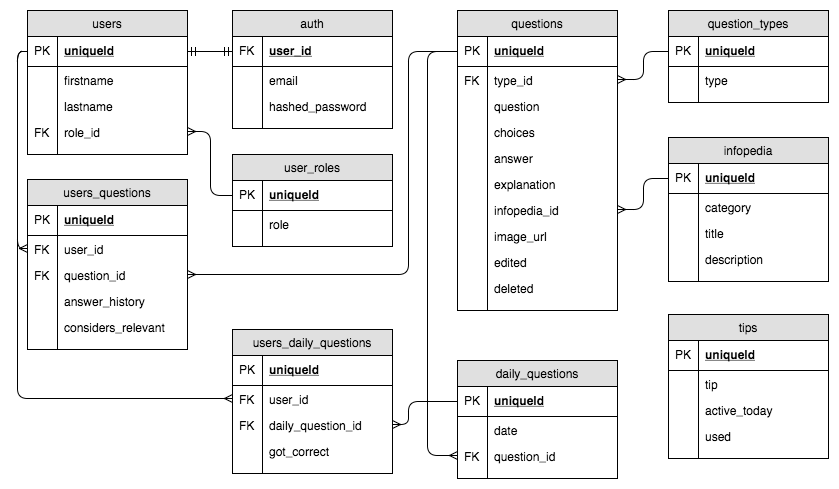
This is db/quoi-erd.png from KevinUSCU/quoi-server, a draw.io export, as it was before one commit. Source tidied: cells renumbered, new cells last; positions are measured from the earlier drawing's top-left corner, leaving out a move shared by most shapes.
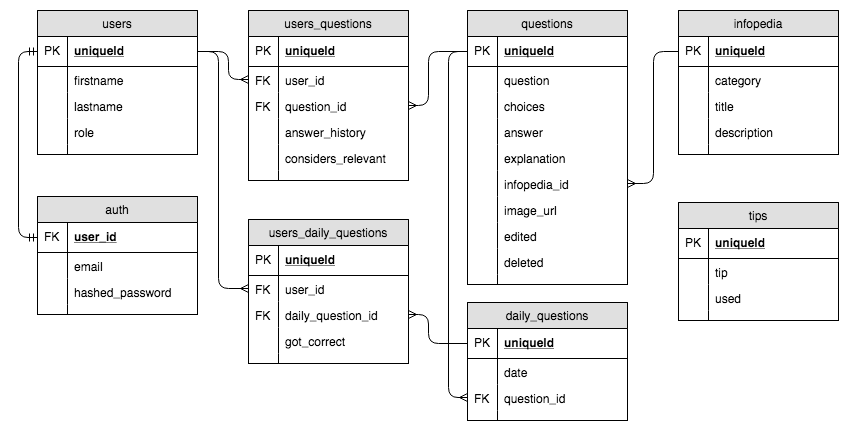
Above is the later version.

The edit, as a diff of the source:
```diff
@@ -25,6 +25,6 @@
     </mxCell>
-    <mxCell id="9" value="role_id" style="shape=partialRectangle;top=0;left=0;right=0;bottom=0;align=left;verticalAlign=top;fillColor=none;spacingLeft=34;spacingRight=4;overflow=hidden;points=[[0,0.5],[1,0.5]];portConstraint=eastwest;" parent="2" vertex="1">
+    <mxCell id="9" value="role" style="shape=partialRectangle;top=0;left=0;right=0;bottom=0;align=left;verticalAlign=top;fillColor=none;spacingLeft=34;spacingRight=4;overflow=hidden;points=[[0,0.5],[1,0.5]];portConstraint=eastwest;" parent="2" vertex="1">
       <mxGeometry y="108" width="160" height="26" as="geometry" />
     </mxCell>
-    <mxCell id="10" value="FK" style="shape=partialRectangle;top=0;left=0;bottom=0;fillColor=none;align=left;verticalAlign=top;spacingLeft=4;spacingRight=4;overflow=hidden;" parent="9" vertex="1">
+    <mxCell id="10" style="shape=partialRectangle;top=0;left=0;bottom=0;fillColor=none;align=left;verticalAlign=top;spacingLeft=4;spacingRight=4;overflow=hidden;" parent="9" vertex="1">
       <mxGeometry width="30" height="26" as="geometry" />
@@ -37,31 +37,4 @@
     </mxCell>
-    <mxCell id="13" value="auth" style="swimlane;fontStyle=0;horizontal=1;startSize=26;fillColor=#e0e0e0;swimlaneFillColor=#ffffff;align=center;" parent="1" vertex="1">
-      <mxGeometry x="205" width="160" height="118" as="geometry" />
-    </mxCell>
-    <mxCell id="14" value="user_id" style="shape=partialRectangle;top=0;left=0;right=0;bottom=1;align=left;verticalAlign=middle;fillColor=none;spacingLeft=34;spacingRight=4;overflow=hidden;points=[[0,0.5],[1,0.5]];portConstraint=eastwest;fontStyle=5;" parent="13" vertex="1">
-      <mxGeometry y="26" width="160" height="30" as="geometry" />
-    </mxCell>
-    <mxCell id="15" value="FK" style="shape=partialRectangle;top=0;left=0;bottom=0;fillColor=none;align=left;verticalAlign=middle;spacingLeft=4;spacingRight=4;overflow=hidden;" parent="14" vertex="1">
-      <mxGeometry width="30" height="30" as="geometry" />
-    </mxCell>
-    <mxCell id="16" value="email" style="shape=partialRectangle;top=0;left=0;right=0;bottom=0;align=left;verticalAlign=top;fillColor=none;spacingLeft=34;spacingRight=4;overflow=hidden;" parent="13" vertex="1">
-      <mxGeometry y="56" width="160" height="26" as="geometry" />
-    </mxCell>
-    <mxCell id="17" style="shape=partialRectangle;top=0;left=0;bottom=0;fillColor=none;align=left;verticalAlign=top;spacingLeft=4;spacingRight=4;overflow=hidden;" parent="16" vertex="1">
-      <mxGeometry width="30" height="26" as="geometry" />
-    </mxCell>
-    <mxCell id="18" value="hashed_password" style="shape=partialRectangle;top=0;left=0;right=0;bottom=0;align=left;verticalAlign=top;fillColor=none;spacingLeft=34;spacingRight=4;overflow=hidden;" parent="13" vertex="1">
-      <mxGeometry y="82" width="160" height="26" as="geometry" />
-    </mxCell>
-    <mxCell id="19" style="shape=partialRectangle;top=0;left=0;bottom=0;fillColor=none;align=left;verticalAlign=top;spacingLeft=4;spacingRight=4;overflow=hidden;" parent="18" vertex="1">
-      <mxGeometry width="30" height="26" as="geometry" />
-    </mxCell>
-    <mxCell id="20" style="shape=partialRectangle;top=0;left=0;right=0;bottom=0;align=left;verticalAlign=top;fillColor=none;spacingLeft=34;spacingRight=4;overflow=hidden;" parent="13" vertex="1">
-      <mxGeometry y="108" width="160" height="10" as="geometry" />
-    </mxCell>
-    <mxCell id="21" style="shape=partialRectangle;top=0;left=0;bottom=0;fillColor=none;align=left;verticalAlign=top;spacingLeft=4;spacingRight=4;overflow=hidden;" parent="20" vertex="1">
-      <mxGeometry width="30" height="10" as="geometry" />
-    </mxCell>
     <mxCell id="22" value="questions" style="swimlane;fontStyle=0;horizontal=1;startSize=26;fillColor=#e0e0e0;swimlaneFillColor=#ffffff;align=center;" parent="1" vertex="1">
-      <mxGeometry x="430" width="160" height="300" as="geometry" />
+      <mxGeometry x="430" width="160" height="274" as="geometry" />
     </mxCell>
@@ -73,10 +46,4 @@
     </mxCell>
-    <mxCell id="25" value="type_id" style="shape=partialRectangle;top=0;left=0;right=0;bottom=0;align=left;verticalAlign=top;fillColor=none;spacingLeft=34;spacingRight=4;overflow=hidden;points=[[0,0.5],[1,0.5]];portConstraint=eastwest;" parent="22" vertex="1">
-      <mxGeometry y="56" width="160" height="26" as="geometry" />
-    </mxCell>
-    <mxCell id="26" value="FK" style="shape=partialRectangle;top=0;left=0;bottom=0;fillColor=none;align=left;verticalAlign=top;spacingLeft=4;spacingRight=4;overflow=hidden;" parent="25" vertex="1">
-      <mxGeometry width="30" height="26" as="geometry" />
-    </mxCell>
     <mxCell id="27" value="question" style="shape=partialRectangle;top=0;left=0;right=0;bottom=0;align=left;verticalAlign=top;fillColor=none;spacingLeft=34;spacingRight=4;overflow=hidden;" parent="22" vertex="1">
-      <mxGeometry y="82" width="160" height="26" as="geometry" />
+      <mxGeometry y="56" width="160" height="26" as="geometry" />
     </mxCell>
@@ -86,3 +53,3 @@
     <mxCell id="29" value="choices" style="shape=partialRectangle;top=0;left=0;right=0;bottom=0;align=left;verticalAlign=top;fillColor=none;spacingLeft=34;spacingRight=4;overflow=hidden;" parent="22" vertex="1">
-      <mxGeometry y="108" width="160" height="26" as="geometry" />
+      <mxGeometry y="82" width="160" height="26" as="geometry" />
     </mxCell>
@@ -92,3 +59,3 @@
     <mxCell id="31" value="answer" style="shape=partialRectangle;top=0;left=0;right=0;bottom=0;align=left;verticalAlign=top;fillColor=none;spacingLeft=34;spacingRight=4;overflow=hidden;" parent="22" vertex="1">
-      <mxGeometry y="134" width="160" height="26" as="geometry" />
+      <mxGeometry y="108" width="160" height="26" as="geometry" />
     </mxCell>
@@ -98,3 +65,3 @@
     <mxCell id="33" value="explanation" style="shape=partialRectangle;top=0;left=0;right=0;bottom=0;align=left;verticalAlign=top;fillColor=none;spacingLeft=34;spacingRight=4;overflow=hidden;" parent="22" vertex="1">
-      <mxGeometry y="160" width="160" height="26" as="geometry" />
+      <mxGeometry y="134" width="160" height="26" as="geometry" />
     </mxCell>
@@ -104,3 +71,3 @@
     <mxCell id="35" value="infopedia_id" style="shape=partialRectangle;top=0;left=0;right=0;bottom=0;align=left;verticalAlign=top;fillColor=none;spacingLeft=34;spacingRight=4;overflow=hidden;points=[[0,0.5],[1,0.5]];portConstraint=eastwest;" parent="22" vertex="1">
-      <mxGeometry y="186" width="160" height="26" as="geometry" />
+      <mxGeometry y="160" width="160" height="26" as="geometry" />
     </mxCell>
@@ -110,3 +77,3 @@
     <mxCell id="37" value="image_url" style="shape=partialRectangle;top=0;left=0;right=0;bottom=0;align=left;verticalAlign=top;fillColor=none;spacingLeft=34;spacingRight=4;overflow=hidden;" parent="22" vertex="1">
-      <mxGeometry y="212" width="160" height="26" as="geometry" />
+      <mxGeometry y="186" width="160" height="26" as="geometry" />
     </mxCell>
@@ -116,3 +83,3 @@
     <mxCell id="39" value="edited" style="shape=partialRectangle;top=0;left=0;right=0;bottom=0;align=left;verticalAlign=top;fillColor=none;spacingLeft=34;spacingRight=4;overflow=hidden;" parent="22" vertex="1">
-      <mxGeometry y="238" width="160" height="26" as="geometry" />
+      <mxGeometry y="212" width="160" height="26" as="geometry" />
     </mxCell>
@@ -122,3 +89,3 @@
     <mxCell id="41" value="deleted" style="shape=partialRectangle;top=0;left=0;right=0;bottom=0;align=left;verticalAlign=top;fillColor=none;spacingLeft=34;spacingRight=4;overflow=hidden;" parent="22" vertex="1">
-      <mxGeometry y="264" width="160" height="26" as="geometry" />
+      <mxGeometry y="238" width="160" height="26" as="geometry" />
     </mxCell>
@@ -128,3 +95,3 @@
     <mxCell id="43" style="shape=partialRectangle;top=0;left=0;right=0;bottom=0;align=left;verticalAlign=top;fillColor=none;spacingLeft=34;spacingRight=4;overflow=hidden;" parent="22" vertex="1">
-      <mxGeometry y="290" width="160" height="10" as="geometry" />
+      <mxGeometry y="264" width="160" height="10" as="geometry" />
     </mxCell>
@@ -134,3 +101,3 @@
     <mxCell id="45" value="tips" style="swimlane;fontStyle=0;horizontal=1;startSize=26;fillColor=#e0e0e0;swimlaneFillColor=#ffffff;align=center;" parent="1" vertex="1">
-      <mxGeometry x="641" y="304" width="160" height="144" as="geometry" />
+      <mxGeometry x="641" y="192" width="160" height="118" as="geometry" />
     </mxCell>
@@ -148,10 +115,4 @@
     </mxCell>
-    <mxCell id="50" value="active_today" style="shape=partialRectangle;top=0;left=0;right=0;bottom=0;align=left;verticalAlign=top;fillColor=none;spacingLeft=34;spacingRight=4;overflow=hidden;" parent="45" vertex="1">
-      <mxGeometry y="82" width="160" height="26" as="geometry" />
-    </mxCell>
-    <mxCell id="51" style="shape=partialRectangle;top=0;left=0;bottom=0;fillColor=none;align=left;verticalAlign=top;spacingLeft=4;spacingRight=4;overflow=hidden;" parent="50" vertex="1">
-      <mxGeometry width="30" height="26" as="geometry" />
-    </mxCell>
     <mxCell id="52" value="used" style="shape=partialRectangle;top=0;left=0;right=0;bottom=0;align=left;verticalAlign=top;fillColor=none;spacingLeft=34;spacingRight=4;overflow=hidden;" parent="45" vertex="1">
-      <mxGeometry y="108" width="160" height="26" as="geometry" />
+      <mxGeometry y="82" width="160" height="26" as="geometry" />
     </mxCell>
@@ -161,3 +122,3 @@
     <mxCell id="54" style="shape=partialRectangle;top=0;left=0;right=0;bottom=0;align=left;verticalAlign=top;fillColor=none;spacingLeft=34;spacingRight=4;overflow=hidden;" parent="45" vertex="1">
-      <mxGeometry y="134" width="160" height="10" as="geometry" />
+      <mxGeometry y="108" width="160" height="10" as="geometry" />
     </mxCell>
@@ -167,3 +128,3 @@
     <mxCell id="56" value="infopedia" style="swimlane;fontStyle=0;horizontal=1;startSize=26;fillColor=#e0e0e0;swimlaneFillColor=#ffffff;align=center;" parent="1" vertex="1">
-      <mxGeometry x="641" y="127" width="160" height="144" as="geometry" />
+      <mxGeometry x="641" width="160" height="144" as="geometry" />
     </mxCell>
@@ -200,3 +161,3 @@
     <mxCell id="67" value="daily_questions" style="swimlane;fontStyle=0;horizontal=1;startSize=26;fillColor=#e0e0e0;swimlaneFillColor=#ffffff;align=center;" parent="1" vertex="1">
-      <mxGeometry x="430" y="350" width="160" height="118" as="geometry" />
+      <mxGeometry x="430" y="292" width="160" height="118" as="geometry" />
     </mxCell>
@@ -226,5 +187,2 @@
     </mxCell>
-    <mxCell id="76" style="edgeStyle=entityRelationEdgeStyle;html=1;endArrow=ERmandOne;startArrow=ERmandOne;entryX=0;entryY=0.5;exitX=1;exitY=0.5;" parent="1" edge="1" source="3" target="14">
-      <mxGeometry relative="1" as="geometry" />
-    </mxCell>
     <mxCell id="77" style="edgeStyle=orthogonalEdgeStyle;html=1;endArrow=ERmany;exitX=0;exitY=0.5;entryX=1;entryY=0.5;" parent="1" edge="1" source="57" target="35">
@@ -233,3 +191,3 @@
     <mxCell id="78" value="users_questions" style="swimlane;fontStyle=0;horizontal=1;startSize=26;fillColor=#e0e0e0;swimlaneFillColor=#ffffff;align=center;" parent="1" vertex="1">
-      <mxGeometry y="169" width="160" height="170" as="geometry" />
+      <mxGeometry x="211" width="160" height="170" as="geometry" />
     </mxCell>
@@ -274,4 +232,4 @@
         <Array as="points">
-          <mxPoint x="400" y="41" />
-          <mxPoint x="400" y="445" />
+          <mxPoint x="411" y="41" />
+          <mxPoint x="411" y="387" />
         </Array>
@@ -282,4 +240,4 @@
         <Array as="points">
-          <mxPoint x="381" y="41" />
-          <mxPoint x="381" y="264" />
+          <mxPoint x="391" y="41" />
+          <mxPoint x="391" y="95" />
         </Array>
@@ -287,7 +245,12 @@
     </mxCell>
-    <mxCell id="93" style="edgeStyle=orthogonalEdgeStyle;html=1;endArrow=ERmany;entryX=0;entryY=0.5;exitX=0;exitY=0.5;" parent="1" edge="1" source="3" target="81">
-      <mxGeometry relative="1" as="geometry" />
+    <mxCell id="93" style="edgeStyle=orthogonalEdgeStyle;html=1;endArrow=ERmany;entryX=0;entryY=0.5;" parent="1" edge="1" source="3" target="81">
+      <mxGeometry relative="1" as="geometry">
+        <Array as="points">
+          <mxPoint x="191" y="41" />
+          <mxPoint x="191" y="69" />
+        </Array>
+      </mxGeometry>
     </mxCell>
     <mxCell id="94" value="users_daily_questions" style="swimlane;fontStyle=0;horizontal=1;startSize=26;fillColor=#e0e0e0;swimlaneFillColor=#ffffff;align=center;" parent="1" vertex="1">
-      <mxGeometry x="205" y="319" width="160" height="144" as="geometry" />
+      <mxGeometry x="211" y="209" width="160" height="144" as="geometry" />
     </mxCell>
@@ -323,4 +286,9 @@
     </mxCell>
-    <mxCell id="105" style="edgeStyle=orthogonalEdgeStyle;html=1;endArrow=ERmany;entryX=0;entryY=0.5;exitX=0;exitY=0.5;" parent="1" edge="1" source="3" target="97">
-      <mxGeometry relative="1" as="geometry" />
+    <mxCell id="105" style="edgeStyle=orthogonalEdgeStyle;html=1;endArrow=ERmany;entryX=0;entryY=0.5;exitX=1;exitY=0.5;" parent="1" edge="1" source="3" target="97">
+      <mxGeometry relative="1" as="geometry">
+        <Array as="points">
+          <mxPoint x="181" y="41" />
+          <mxPoint x="181" y="278" />
+        </Array>
+      </mxGeometry>
     </mxCell>
@@ -329,4 +297,4 @@
         <Array as="points">
-          <mxPoint x="381" y="391" />
-          <mxPoint x="381" y="414" />
+          <mxPoint x="391" y="333" />
+          <mxPoint x="391" y="304" />
         </Array>
@@ -334,50 +302,37 @@
     </mxCell>
-    <mxCell id="107" value="user_roles" style="swimlane;fontStyle=0;horizontal=1;startSize=26;fillColor=#e0e0e0;swimlaneFillColor=#ffffff;align=center;" parent="1" vertex="1">
-      <mxGeometry x="205" y="144" width="160" height="92" as="geometry" />
-    </mxCell>
-    <mxCell id="108" value="uniqueId" style="shape=partialRectangle;top=0;left=0;right=0;bottom=1;align=left;verticalAlign=middle;fillColor=none;spacingLeft=34;spacingRight=4;overflow=hidden;points=[[0,0.5],[1,0.5]];portConstraint=eastwest;fontStyle=5;" parent="107" vertex="1">
-      <mxGeometry y="26" width="160" height="30" as="geometry" />
-    </mxCell>
-    <mxCell id="109" value="PK" style="shape=partialRectangle;top=0;left=0;bottom=0;fillColor=none;align=left;verticalAlign=middle;spacingLeft=4;spacingRight=4;overflow=hidden;" parent="108" vertex="1">
-      <mxGeometry width="30" height="30" as="geometry" />
-    </mxCell>
-    <mxCell id="110" value="role" style="shape=partialRectangle;top=0;left=0;right=0;bottom=0;align=left;verticalAlign=top;fillColor=none;spacingLeft=34;spacingRight=4;overflow=hidden;" parent="107" vertex="1">
-      <mxGeometry y="56" width="160" height="26" as="geometry" />
-    </mxCell>
-    <mxCell id="111" style="shape=partialRectangle;top=0;left=0;bottom=0;fillColor=none;align=left;verticalAlign=top;spacingLeft=4;spacingRight=4;overflow=hidden;" parent="110" vertex="1">
-      <mxGeometry width="30" height="26" as="geometry" />
-    </mxCell>
-    <mxCell id="112" style="shape=partialRectangle;top=0;left=0;right=0;bottom=0;align=left;verticalAlign=top;fillColor=none;spacingLeft=34;spacingRight=4;overflow=hidden;" parent="107" vertex="1">
-      <mxGeometry y="82" width="160" height="10" as="geometry" />
-    </mxCell>
-    <mxCell id="113" style="shape=partialRectangle;top=0;left=0;bottom=0;fillColor=none;align=left;verticalAlign=top;spacingLeft=4;spacingRight=4;overflow=hidden;" parent="112" vertex="1">
-      <mxGeometry width="30" height="10" as="geometry" />
-    </mxCell>
-    <mxCell id="114" style="edgeStyle=orthogonalEdgeStyle;html=1;endArrow=ERmany;entryX=1;entryY=0.5;exitX=0;exitY=0.5;" parent="1" edge="1" source="108" target="9">
-      <mxGeometry relative="1" as="geometry" />
-    </mxCell>
-    <mxCell id="115" value="question_types" style="swimlane;fontStyle=0;horizontal=1;startSize=26;fillColor=#e0e0e0;swimlaneFillColor=#ffffff;align=center;" parent="1" vertex="1">
-      <mxGeometry x="641" width="160" height="92" as="geometry" />
-    </mxCell>
-    <mxCell id="116" value="uniqueId" style="shape=partialRectangle;top=0;left=0;right=0;bottom=1;align=left;verticalAlign=middle;fillColor=none;spacingLeft=34;spacingRight=4;overflow=hidden;points=[[0,0.5],[1,0.5]];portConstraint=eastwest;fontStyle=5;" parent="115" vertex="1">
-      <mxGeometry y="26" width="160" height="30" as="geometry" />
-    </mxCell>
-    <mxCell id="117" value="PK" style="shape=partialRectangle;top=0;left=0;bottom=0;fillColor=none;align=left;verticalAlign=middle;spacingLeft=4;spacingRight=4;overflow=hidden;" parent="116" vertex="1">
-      <mxGeometry width="30" height="30" as="geometry" />
-    </mxCell>
-    <mxCell id="118" value="type" style="shape=partialRectangle;top=0;left=0;right=0;bottom=0;align=left;verticalAlign=top;fillColor=none;spacingLeft=34;spacingRight=4;overflow=hidden;" parent="115" vertex="1">
-      <mxGeometry y="56" width="160" height="26" as="geometry" />
-    </mxCell>
-    <mxCell id="119" style="shape=partialRectangle;top=0;left=0;bottom=0;fillColor=none;align=left;verticalAlign=top;spacingLeft=4;spacingRight=4;overflow=hidden;" parent="118" vertex="1">
-      <mxGeometry width="30" height="26" as="geometry" />
-    </mxCell>
-    <mxCell id="120" style="shape=partialRectangle;top=0;left=0;right=0;bottom=0;align=left;verticalAlign=top;fillColor=none;spacingLeft=34;spacingRight=4;overflow=hidden;" parent="115" vertex="1">
-      <mxGeometry y="82" width="160" height="10" as="geometry" />
-    </mxCell>
-    <mxCell id="121" style="shape=partialRectangle;top=0;left=0;bottom=0;fillColor=none;align=left;verticalAlign=top;spacingLeft=4;spacingRight=4;overflow=hidden;" parent="120" vertex="1">
-      <mxGeometry width="30" height="10" as="geometry" />
-    </mxCell>
-    <mxCell id="122" style="edgeStyle=orthogonalEdgeStyle;html=1;endArrow=ERmany;entryX=1;entryY=0.5;exitX=0;exitY=0.5;" parent="1" edge="1" source="116" target="25">
-      <mxGeometry relative="1" as="geometry" />
-    </mxCell>
+    <mxCell id="13" value="auth" style="swimlane;fontStyle=0;horizontal=1;startSize=26;fillColor=#e0e0e0;swimlaneFillColor=#ffffff;align=center;" parent="1" vertex="1">
+      <mxGeometry y="186" width="160" height="118" as="geometry" />
+    </mxCell>
+    <mxCell id="14" value="user_id" style="shape=partialRectangle;top=0;left=0;right=0;bottom=1;align=left;verticalAlign=middle;fillColor=none;spacingLeft=34;spacingRight=4;overflow=hidden;points=[[0,0.5],[1,0.5]];portConstraint=eastwest;fontStyle=5;" parent="13" vertex="1">
+      <mxGeometry y="26" width="160" height="30" as="geometry" />
+    </mxCell>
+    <mxCell id="15" value="FK" style="shape=partialRectangle;top=0;left=0;bottom=0;fillColor=none;align=left;verticalAlign=middle;spacingLeft=4;spacingRight=4;overflow=hidden;" parent="14" vertex="1">
+      <mxGeometry width="30" height="30" as="geometry" />
+    </mxCell>
+    <mxCell id="16" value="email" style="shape=partialRectangle;top=0;left=0;right=0;bottom=0;align=left;verticalAlign=top;fillColor=none;spacingLeft=34;spacingRight=4;overflow=hidden;" parent="13" vertex="1">
+      <mxGeometry y="56" width="160" height="26" as="geometry" />
+    </mxCell>
+    <mxCell id="17" style="shape=partialRectangle;top=0;left=0;bottom=0;fillColor=none;align=left;verticalAlign=top;spacingLeft=4;spacingRight=4;overflow=hidden;" parent="16" vertex="1">
+      <mxGeometry width="30" height="26" as="geometry" />
+    </mxCell>
+    <mxCell id="18" value="hashed_password" style="shape=partialRectangle;top=0;left=0;right=0;bottom=0;align=left;verticalAlign=top;fillColor=none;spacingLeft=34;spacingRight=4;overflow=hidden;" parent="13" vertex="1">
+      <mxGeometry y="82" width="160" height="26" as="geometry" />
+    </mxCell>
+    <mxCell id="19" style="shape=partialRectangle;top=0;left=0;bottom=0;fillColor=none;align=left;verticalAlign=top;spacingLeft=4;spacingRight=4;overflow=hidden;" parent="18" vertex="1">
+      <mxGeometry width="30" height="26" as="geometry" />
+    </mxCell>
+    <mxCell id="20" style="shape=partialRectangle;top=0;left=0;right=0;bottom=0;align=left;verticalAlign=top;fillColor=none;spacingLeft=34;spacingRight=4;overflow=hidden;" parent="13" vertex="1">
+      <mxGeometry y="108" width="160" height="10" as="geometry" />
+    </mxCell>
+    <mxCell id="21" style="shape=partialRectangle;top=0;left=0;bottom=0;fillColor=none;align=left;verticalAlign=top;spacingLeft=4;spacingRight=4;overflow=hidden;" parent="20" vertex="1">
+      <mxGeometry width="30" height="10" as="geometry" />
+    </mxCell>
+    <mxCell id="76" style="edgeStyle=orthogonalEdgeStyle;html=1;endArrow=ERmandOne;startArrow=ERmandOne;entryX=0;entryY=0.5;exitX=0;exitY=0.5;" parent="1" edge="1" source="3" target="14">
+      <mxGeometry relative="1" as="geometry">
+        <Array as="points">
+          <mxPoint x="-19" y="41" />
+          <mxPoint x="-19" y="227" />
+        </Array>
+      </mxGeometry>
+    </mxCell>
   </root>
```
